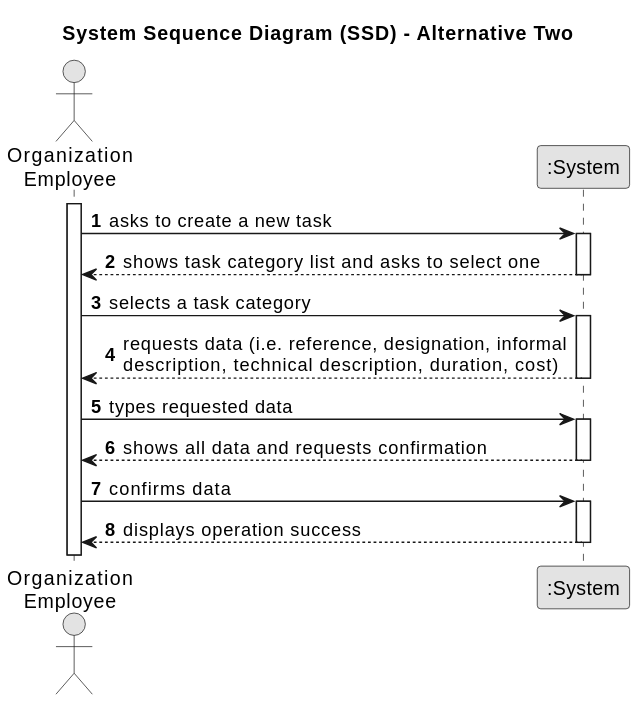
The PlantUML diagram docs/sprintA&B&C/us023/01.requirements-engineering/svg/us023-system-sequence-diagram-alternative-two.svg in daniel41silva05/ISEP_2023_2024_LAPR2, before a commit. Its diagram source:
```plantuml
@startuml
skinparam monochrome true
skinparam packageStyle rectangle
skinparam shadowing false

title System Sequence Diagram (SSD) - Alternative Two

autonumber

actor "Organization\nEmployee" as Employee
participant ":System" as System

activate Employee

    Employee -> System : asks to create a new task
    activate System

        System --> Employee : shows task category list and asks to select one
    deactivate System

    Employee -> System : selects a task category
    activate System

        System --> Employee : requests data (i.e. reference, designation, informal\ndescription, technical description, duration, cost)
    deactivate System

    Employee -> System : types requested data
    activate System

        System --> Employee : shows all data and requests confirmation
    deactivate System

    Employee -> System : confirms data
    activate System

        System --> Employee : displays operation success
    deactivate System
@enduml
```
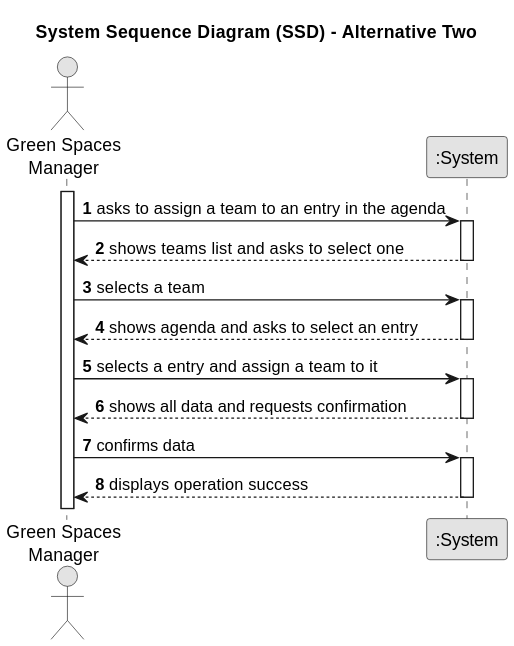
After the commit.

Diff of the diagram source:
```diff
@@ -7,32 +7,32 @@
 
 autonumber
 
-actor "Organization\nEmployee" as Employee
+actor "Green Spaces\nManager" as GSM
 participant ":System" as System
 
-activate Employee
+activate GSM
 
-    Employee -> System : asks to create a new task
+    GSM -> System : asks to assign a team to an entry in the agenda
     activate System
 
-        System --> Employee : shows task category list and asks to select one
+        System --> GSM : shows teams list and asks to select one
     deactivate System
 
-    Employee -> System : selects a task category
+    GSM -> System : selects a team
     activate System
 
-        System --> Employee : requests data (i.e. reference, designation, informal\ndescription, technical description, duration, cost)
+        System --> GSM : shows agenda and asks to select an entry
     deactivate System
 
-    Employee -> System : types requested data
+    GSM -> System : selects a entry and assign a team to it
     activate System
 
-        System --> Employee : shows all data and requests confirmation
+        System --> GSM : shows all data and requests confirmation
     deactivate System
 
-    Employee -> System : confirms data
+    GSM -> System : confirms data
     activate System
 
-        System --> Employee : displays operation success
+        System --> GSM : displays operation success
     deactivate System
 @enduml
```
